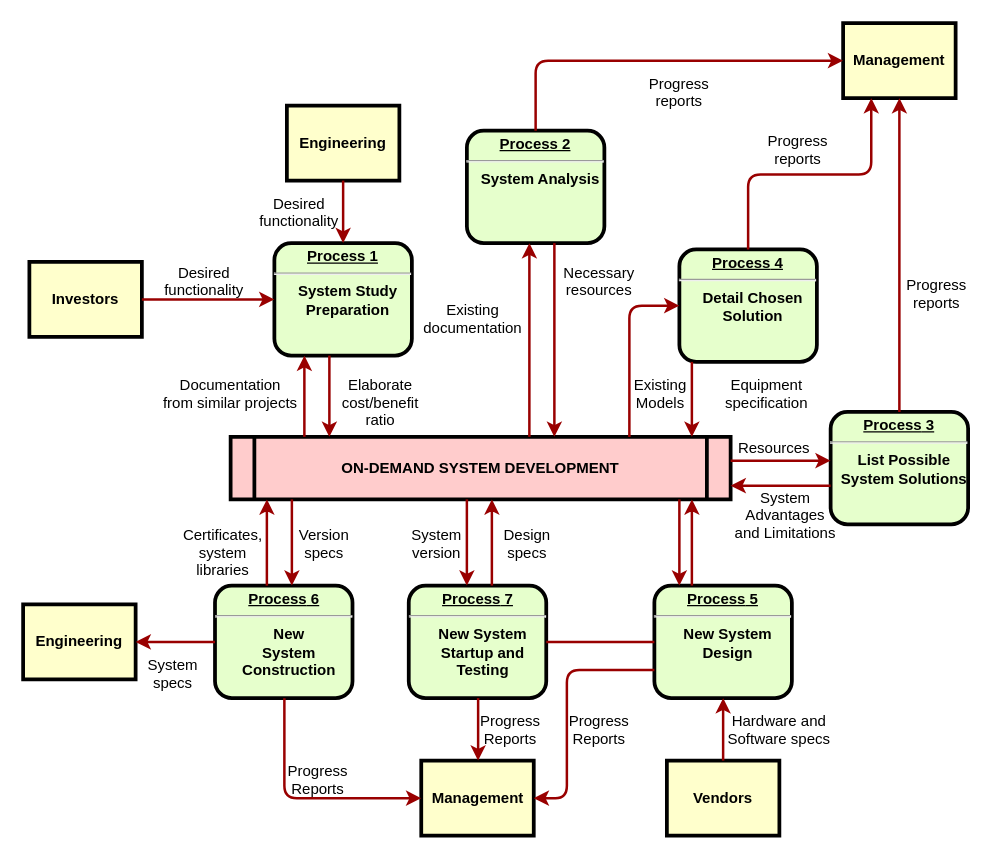
Earlier version of the draw.io diagram model/business-capabilities/business-capability-1/business-capability-1.drawio (Nasdanika/demo-drawio-semantic-actions). Source tidied: cells renumbered, new cells numbered last; positions are measured from the earlier drawing's top-left corner, leaving out a move shared by most shapes. Both pictures are drawn from the tidied source at 125%, with x=0, y=0 at pixel (22, 22).
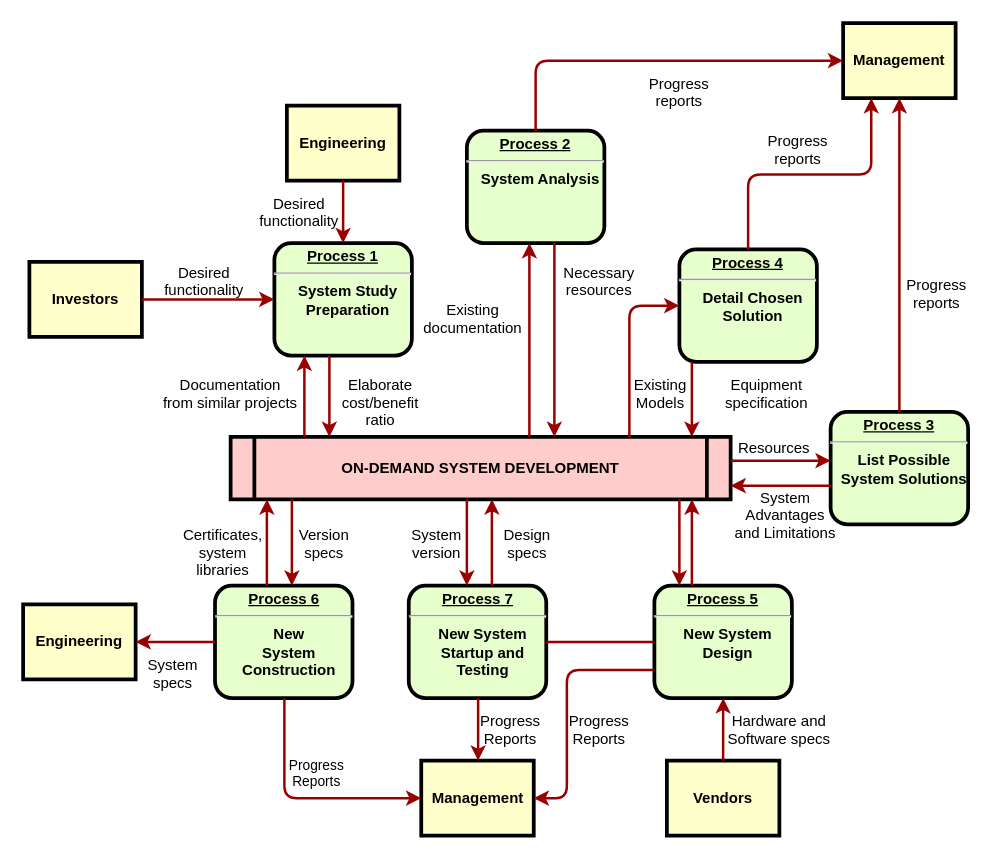
The same diagram, later.

Unchanged cells that the change refers to:
```xml
<mxCell id="10" value="&lt;p style=&quot;margin: 0px; margin-top: 4px; text-align: center; text-decoration: underline;&quot;&gt;&lt;strong&gt;&lt;strong&gt;Process&lt;/strong&gt; 6&lt;br /&gt;&lt;/strong&gt;&lt;/p&gt;&lt;hr /&gt;&lt;p style=&quot;margin: 0px; margin-left: 8px;&quot;&gt;New&lt;/p&gt;&lt;p style=&quot;margin: 0px; margin-left: 8px;&quot;&gt;System&lt;/p&gt;&lt;p style=&quot;margin: 0px; margin-left: 8px;&quot;&gt;Construction&lt;/p&gt;" style="verticalAlign=middle;align=center;overflow=fill;fontSize=12;fontFamily=Helvetica;html=1;rounded=1;fontStyle=1;strokeWidth=3;fillColor=#E6FFCC;" parent="1" vertex="1">
  <mxGeometry x="153.5" y="450" width="110" height="90" as="geometry" />
</mxCell>
<mxCell id="12" value="Management" style="whiteSpace=wrap;align=center;verticalAlign=middle;fontStyle=1;strokeWidth=3;fillColor=#FFFFCC;" parent="1" vertex="1">
  <mxGeometry x="318.5" y="590" width="90" height="60" as="geometry" />
</mxCell>
```

What changed in the source:
```diff
@@
-    <mxCell id="51" style="edgeStyle=elbowEdgeStyle;elbow=horizontal;strokeColor=#990000;strokeWidth=2;" parent="1" edge="1" source="10" target="12">
-      <mxGeometry relative="1" as="geometry">
+    <mxCell id="51" value="Progress&#10;Reports" style="edgeStyle=elbowEdgeStyle;elbow=horizontal;strokeColor=#990000;strokeWidth=2;" parent="1" edge="1" source="10" target="12">
+      <mxGeometry x="0.12" y="20" relative="1" as="geometry">
         <Array as="points">
           <mxPoint x="209" y="570" />
         </Array>
       </mxGeometry>
     </mxCell>
-    <mxCell id="52" value="Progress&#10;Reports" style="text;spacingTop=-5;align=center;" parent="1" vertex="1">
-      <mxGeometry x="221" y="590" width="30" height="20" as="geometry" />
-    </mxCell>
```
